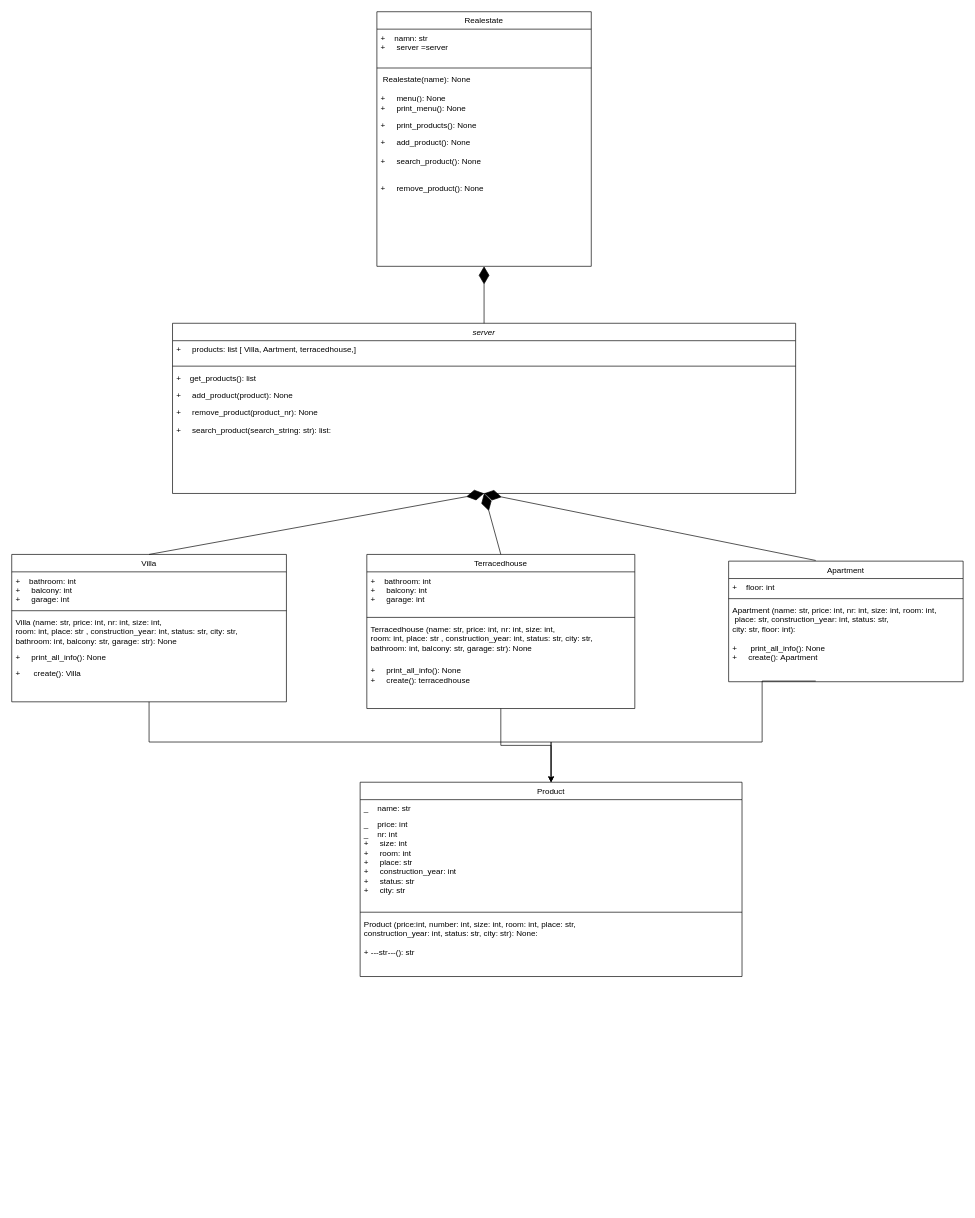
Ibrahim-karhman/ibrahim-2 keeps this draw.io diagram as Namnlöst diagram.drawio. Above is the earlier version. Source tidied: cells renumbered, new cells numbered last; positions are measured from the earlier drawing's top-left corner, leaving out a move shared by most shapes. Both pictures are drawn from the tidied source at 67%, with x=0, y=0 at pixel (11, 11).
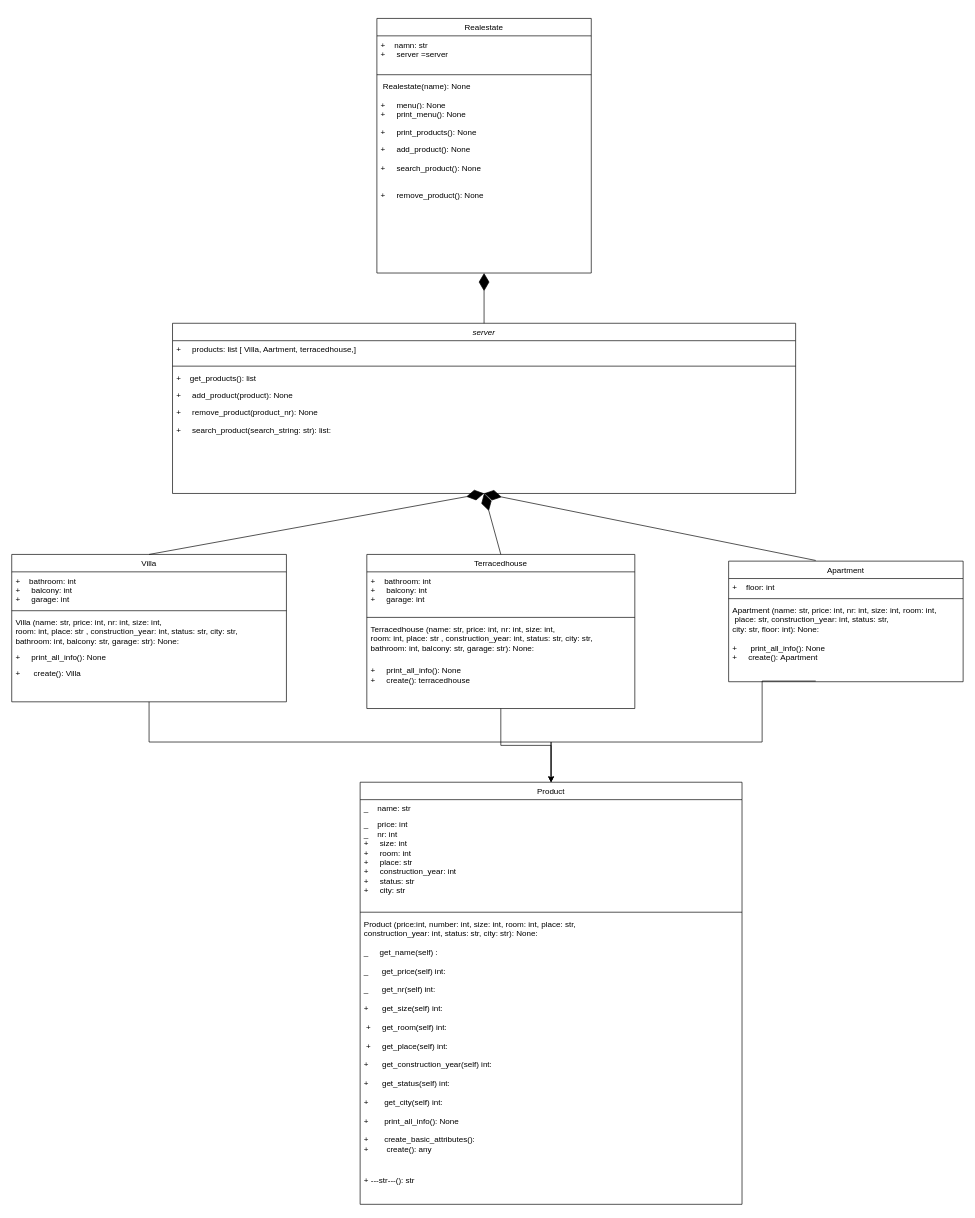
The same page after the edit.

The change refers to these unchanged cells:
```xml
<mxCell id="18" value="Villa" style="swimlane;fontStyle=0;align=center;verticalAlign=top;horizontal=1;startSize=26;rounded=0;shadow=0;strokeWidth=1;" parent="1" vertex="1">
  <mxGeometry y="810" width="410" height="220" as="geometry" />
</mxCell>
<mxCell id="25" value="Terracedhouse" style="swimlane;fontStyle=0;align=center;verticalAlign=top;horizontal=1;startSize=26;rounded=0;shadow=0;strokeWidth=1;" parent="1" vertex="1">
  <mxGeometry x="530" y="810" width="400" height="230" as="geometry" />
</mxCell>
<mxCell id="43" value="Apartment" style="swimlane;fontStyle=0;align=center;verticalAlign=top;horizontal=1;startSize=26;rounded=0;shadow=0;strokeWidth=1;" parent="1" vertex="1">
  <mxGeometry x="1070" y="820" width="350" height="180" as="geometry" />
</mxCell>
```

Diff of the diagram source:
```diff
@@
     <mxCell id="10" value="Product" style="swimlane;fontStyle=0;align=center;verticalAlign=top;horizontal=1;startSize=26;rounded=0;shadow=0;strokeWidth=1;" parent="1" vertex="1">
-      <mxGeometry x="520" y="1150" width="570" height="290" as="geometry" />
+      <mxGeometry x="520" y="1150" width="570" height="630" as="geometry" />
     </mxCell>
@@
-    <mxCell id="14" value="Product (price:int, number: int, size: int, room: int, place: str, &#10;construction_year: int, status: str, city: str): None:" style="text;align=left;verticalAlign=top;spacingLeft=4;spacingRight=4;overflow=hidden;" parent="10" vertex="1">
-      <mxGeometry y="198" width="570" height="42" as="geometry" />
+    <mxCell id="14" value="Product (price:int, number: int, size: int, room: int, place: str, &#10;construction_year: int, status: str, city: str): None:&#10;&#10;_     get_name(self) :&#10;&#10;_      get_price(self) int:&#10;&#10;_      get_nr(self) int:&#10;    &#10;+      get_size(self) int:&#10;&#10; +     get_room(self) int:&#10;    &#10; +     get_place(self) int:&#10;    &#10;+      get_construction_year(self) int:&#10;&#10;+      get_status(self) int:&#10;  &#10;+       get_city(self) int:&#10;&#10;+       print_all_info(): None&#10;&#10;+       create_basic_attributes():&#10;+        create(): any&#10;" style="text;align=left;verticalAlign=top;spacingLeft=4;spacingRight=4;overflow=hidden;" parent="10" vertex="1">
+      <mxGeometry y="198" width="570" height="382" as="geometry" />
     </mxCell>
     <mxCell id="15" value="+ ---str---(): str" style="text;align=left;verticalAlign=top;spacingLeft=4;spacingRight=4;overflow=hidden;" parent="10" vertex="1">
-      <mxGeometry y="240" width="570" height="26" as="geometry" />
+      <mxGeometry y="580" width="570" height="50" as="geometry" />
     </mxCell>
@@
-    <mxCell id="21" value="Villa (name: str, price: int, nr: int, size: int, &#10;room: int, place: str , construction_year: int, status: str, city: str, &#10;bathroom: int, balcony: str, garage: str): None" style="text;align=left;verticalAlign=top;spacingLeft=4;spacingRight=4;overflow=hidden;" parent="18" vertex="1">
+    <mxCell id="21" value="Villa (name: str, price: int, nr: int, size: int, &#10;room: int, place: str , construction_year: int, status: str, city: str, &#10;bathroom: int, balcony: str, garage: str): None:" style="text;align=left;verticalAlign=top;spacingLeft=4;spacingRight=4;overflow=hidden;" parent="18" vertex="1">
       <mxGeometry y="88" width="410" height="52" as="geometry" />
     </mxCell>
@@
-    <mxCell id="28" value="Terracedhouse (name: str, price: int, nr: int, size: int,&#10;room: int, place: str , construction_year: int, status: str, city: str,&#10;bathroom: int, balcony: str, garage: str): None" style="text;align=left;verticalAlign=top;spacingLeft=4;spacingRight=4;overflow=hidden;" parent="25" vertex="1">
+    <mxCell id="28" value="Terracedhouse (name: str, price: int, nr: int, size: int,&#10;room: int, place: str , construction_year: int, status: str, city: str,&#10;bathroom: int, balcony: str, garage: str): None:" style="text;align=left;verticalAlign=top;spacingLeft=4;spacingRight=4;overflow=hidden;" parent="25" vertex="1">
       <mxGeometry y="98" width="400" height="62" as="geometry" />
     </mxCell>
@@
     <mxCell id="35" value="Realestate" style="swimlane;fontStyle=0;align=center;verticalAlign=top;horizontal=1;startSize=26;rounded=0;shadow=0;strokeWidth=1;" parent="1" vertex="1">
-      <mxGeometry x="545" width="320" height="380" as="geometry" />
+      <mxGeometry x="545" y="10" width="320" height="380" as="geometry" />
     </mxCell>
@@
-    <mxCell id="46" value="Apartment (name: str, price: int, nr: int, size: int, room: int,&#10; place: str, construction_year: int, status: str, &#10;city: str, floor: int):&#10;&#10;+      print_all_info(): None&#10;+     create(): Apartment&#10;" style="text;align=left;verticalAlign=top;spacingLeft=4;spacingRight=4;overflow=hidden;" parent="43" vertex="1">
+    <mxCell id="46" value="Apartment (name: str, price: int, nr: int, size: int, room: int,&#10; place: str, construction_year: int, status: str, &#10;city: str, floor: int): None:&#10;&#10;+      print_all_info(): None&#10;+     create(): Apartment&#10;" style="text;align=left;verticalAlign=top;spacingLeft=4;spacingRight=4;overflow=hidden;" parent="43" vertex="1">
       <mxGeometry y="60" width="350" height="100" as="geometry" />
     </mxCell>
```
